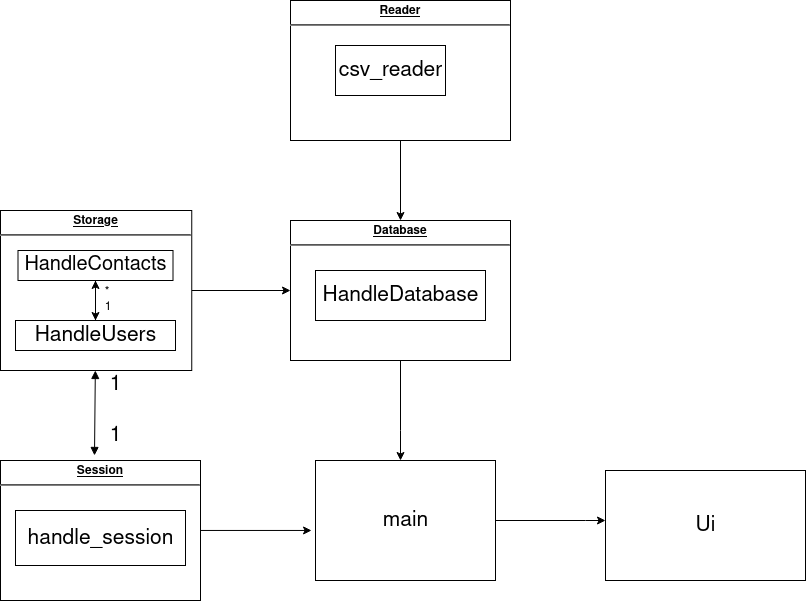
The draw.io diagram dokumentaatio/kuvat/uusip.png in vaisajuh/ot-harjoitustyo, before a commit. Source tidied: cells renumbered, new cells last; positions are measured from the earlier drawing's top-left corner, leaving out a move shared by most shapes.
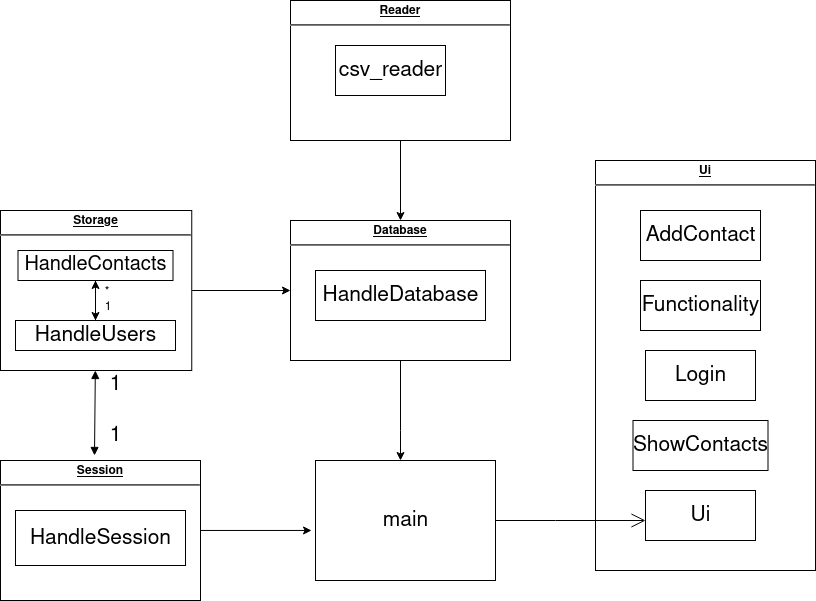
The same file after the commit.

Change to the diagram source:
```diff
@@ -49,28 +49,43 @@
     <mxCell id="15" value="&lt;p style=&quot;margin: 0px ; margin-top: 4px ; text-align: center ; text-decoration: underline&quot;&gt;&lt;b&gt;Session&lt;/b&gt;&lt;br&gt;&lt;/p&gt;&lt;hr&gt;&lt;p style=&quot;margin: 0px ; margin-left: 8px&quot;&gt;&lt;br&gt;&lt;/p&gt;" style="verticalAlign=top;align=left;overflow=fill;fontSize=12;fontFamily=Helvetica;html=1;" parent="1" vertex="1">
       <mxGeometry y="460" width="200" height="140" as="geometry" />
     </mxCell>
-    <mxCell id="16" value="handle_session" style="html=1;fontSize=21;" parent="1" vertex="1">
+    <mxCell id="16" value="HandleSession" style="html=1;fontSize=21;" parent="1" vertex="1">
       <mxGeometry x="15" y="510" width="170" height="55" as="geometry" />
     </mxCell>
-    <mxCell id="17" style="edgeStyle=orthogonalEdgeStyle;rounded=0;jettySize=auto;html=1;fontSize=21;" parent="1" edge="1" source="18" target="19">
-      <mxGeometry relative="1" as="geometry">
-        <Array as="points">
-          <mxPoint x="585" y="520" />
-          <mxPoint x="585" y="520" />
-        </Array>
-      </mxGeometry>
-    </mxCell>
     <mxCell id="18" value="main" style="html=1;fontSize=21;" parent="1" vertex="1">
       <mxGeometry x="315" y="460" width="180" height="120" as="geometry" />
     </mxCell>
-    <mxCell id="19" value="Ui" style="html=1;fontSize=21;" parent="1" vertex="1">
-      <mxGeometry x="605" y="470" width="200" height="110" as="geometry" />
-    </mxCell>
     <mxCell id="20" style="endArrow=block;startArrow=block;endFill=1;startFill=1;html=1;rounded=0;fontSize=21;exitX=0.47;exitY=-0.036;exitDx=0;exitDy=0;exitPerimeter=0;" parent="1" edge="1" source="15" target="3">
       <mxGeometry relative="1" as="geometry" />
     </mxCell>
     <mxCell id="21" value="&lt;div&gt;1&lt;/div&gt;&lt;div&gt;&lt;br&gt;&lt;/div&gt;&lt;div&gt;1&lt;br&gt;&lt;/div&gt;" style="text;html=1;align=center;verticalAlign=middle;strokeColor=none;fillColor=none;fontSize=21;" parent="1" vertex="1">
       <mxGeometry x="100" y="370" width="30" height="80" as="geometry" />
     </mxCell>
+    <mxCell id="22" value="&lt;p style=&quot;margin: 0px ; margin-top: 4px ; text-align: center ; text-decoration: underline&quot;&gt;&lt;b&gt;Ui&lt;/b&gt;&lt;br&gt;&lt;/p&gt;&lt;hr&gt;&lt;p style=&quot;margin: 0px ; margin-left: 8px&quot;&gt;&lt;br&gt;&lt;/p&gt;" style="verticalAlign=top;align=left;overflow=fill;fontSize=12;fontFamily=Helvetica;html=1;" parent="1" vertex="1">
+      <mxGeometry x="595" y="160" width="220" height="410" as="geometry" />
+    </mxCell>
+    <mxCell id="23" value="AddContact" style="html=1;fontSize=21;" parent="1" vertex="1">
+      <mxGeometry x="640" y="210" width="120" height="50" as="geometry" />
+    </mxCell>
+    <mxCell id="19" value="Ui" style="html=1;fontSize=21;" parent="1" vertex="1">
+      <mxGeometry x="645" y="490" width="110" height="50" as="geometry" />
+    </mxCell>
+    <mxCell id="24" value="Functionality" style="html=1;fontSize=21;" parent="1" vertex="1">
+      <mxGeometry x="640" y="280" width="120" height="50" as="geometry" />
+    </mxCell>
+    <mxCell id="25" value="Login" style="html=1;fontSize=21;" parent="1" vertex="1">
+      <mxGeometry x="645" y="350" width="110" height="50" as="geometry" />
+    </mxCell>
+    <mxCell id="26" value="ShowContacts" style="html=1;fontSize=21;" parent="1" vertex="1">
+      <mxGeometry x="632.5" y="420" width="135" height="50" as="geometry" />
+    </mxCell>
+    <mxCell id="27" style="endArrow=open;endFill=1;endSize=12;html=1;rounded=0;fontSize=21;exitX=1;exitY=0.5;exitDx=0;exitDy=0;" parent="1" edge="1" source="18">
+      <mxGeometry relative="1" as="geometry">
+        <mxPoint x="645" y="520" as="targetPoint" />
+        <Array as="points">
+          <mxPoint x="555" y="520" />
+        </Array>
+      </mxGeometry>
+    </mxCell>
   </root>
 </mxGraphModel>
```
